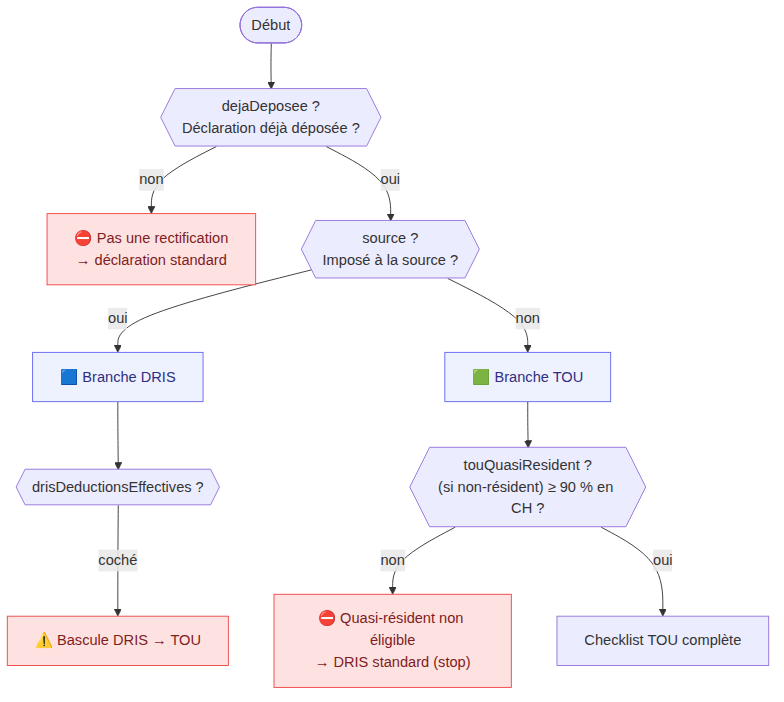
The Mermaid diagram docs/arbre-decision-rectificative.png in Adriendacunha/B-B-Associes, before a commit. Its source is kept beside it as docs/arbre-decision-rectificative.mmd.
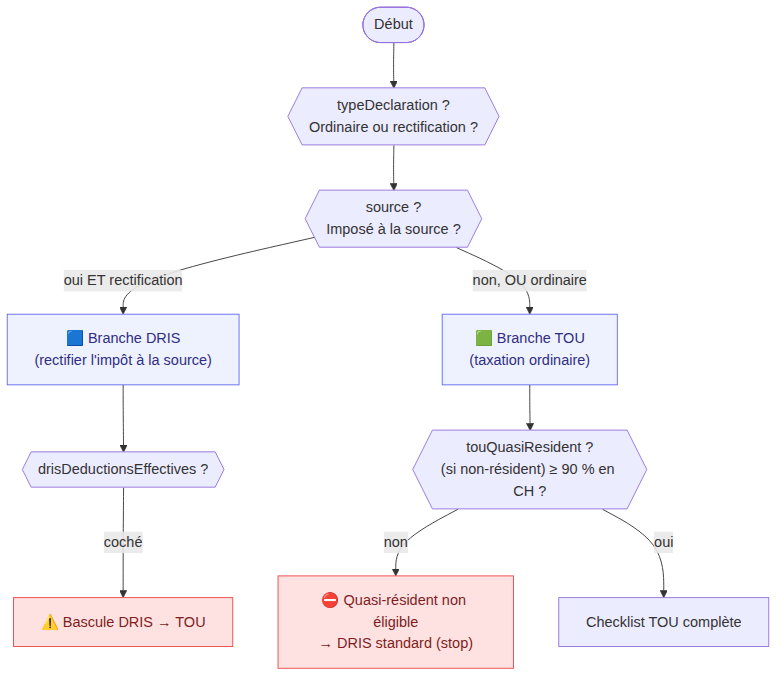
Above is the later version.

Commit message:
Rectificative : lever l'ambiguïté « déjà déposée » et inclure la déclaration ordinaire

Diff of the diagram source:
```diff
@@ -1,10 +1,9 @@
 flowchart TD
-  START([Début]) --> DEJA{{"dejaDeposee ?<br/>Déclaration déjà déposée ?"}}
-  DEJA -- non --> STOP["⛔ Pas une rectification<br/>→ déclaration standard"]:::stop
-  DEJA -- oui --> SRC{{"source ?<br/>Imposé à la source ?"}}
+  START([Début]) --> TYPE{{"typeDeclaration ?<br/>Ordinaire ou rectification ?"}}
+  TYPE --> SRC{{"source ?<br/>Imposé à la source ?"}}
 
-  SRC -- oui --> DRIS["🟦 Branche DRIS"]:::branch
-  SRC -- non --> TOU["🟩 Branche TOU"]:::branch
+  SRC -- "oui ET rectification" --> DRIS["🟦 Branche DRIS<br/>(rectifier l'impôt à la source)"]:::branch
+  SRC -- "non, OU ordinaire" --> TOU["🟩 Branche TOU<br/>(taxation ordinaire)"]:::branch
 
   TOU --> QR{{"touQuasiResident ?<br/>(si non-résident) ≥ 90 % en CH ?"}}
   QR -- non --> NELIG["⛔ Quasi-résident non éligible<br/>→ DRIS standard (stop)"]:::stop
```
